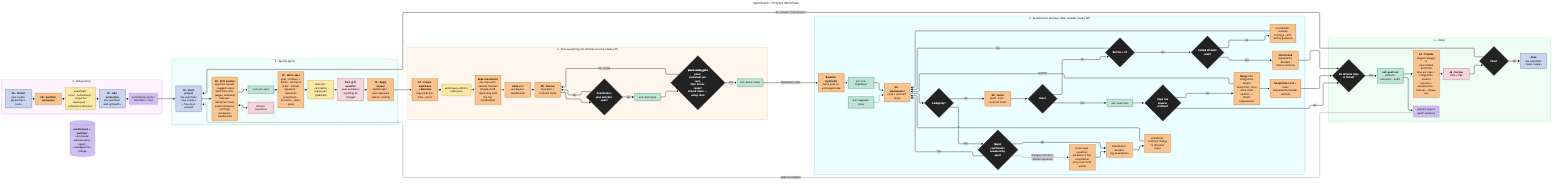
Above: docs/flow.png in yashicon21/openfleet (Mermaid), before the change. Its source is kept beside it as docs/flow.mmd.
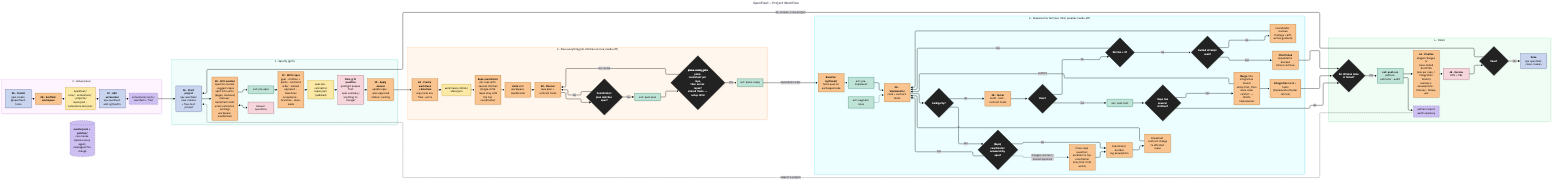
The same file after the commit.

Change to the diagram source:
```diff
@@ -20,7 +20,7 @@
     X0["ext: pre-spec"]
     C2["<b>1C · Write spec</b><br/>goal · children + paths · contracts<br/>order · shared approach · baselines<br/>acceptance · branches · done-mode"]
     F1["spec.md · contracts/<br/>repos.json (updated)"]
-    HR["<b>Final grill question</b><br/>spec summary:<br/>anything to change?"]
+    HR["<b>Final grill question</b><br/>preflight passes first<br/>spec summary:<br/>anything to change?"]
     CA["<b>1D · Apply answer</b><br/>update spec · spec.approved<br/>status: running"]
     H1 --> C1
     C1 <--> HA
```
